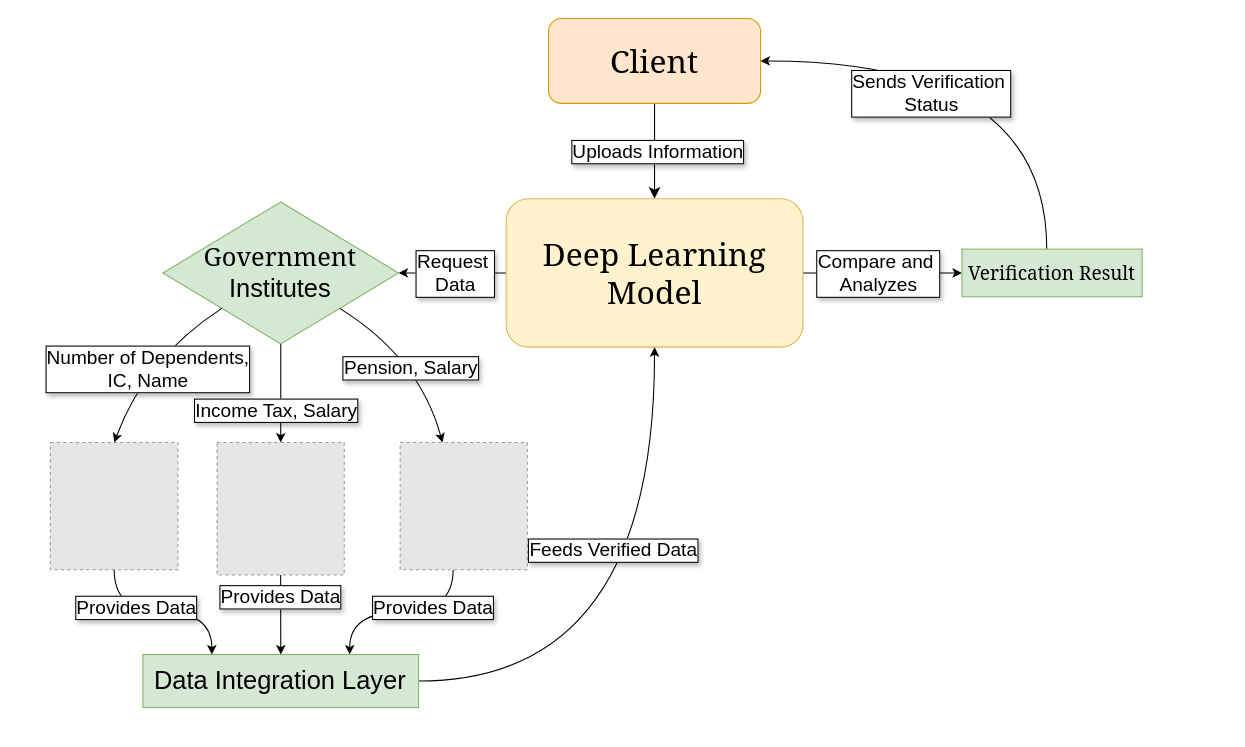
Before: Integration and support/DeepLearningModel.drawio in zhengyu89/Myhackathon, a draw.io diagram. Source tidied: cells renumbered, new cells numbered last; positions are measured from the earlier drawing's top-left corner, leaving out a move shared by most shapes. Both pictures are drawn from the tidied source at 106%, with x=0, y=0 at pixel (50, 18). Pictures stored in the file or linked from it are replaced by grey dashed boxes.
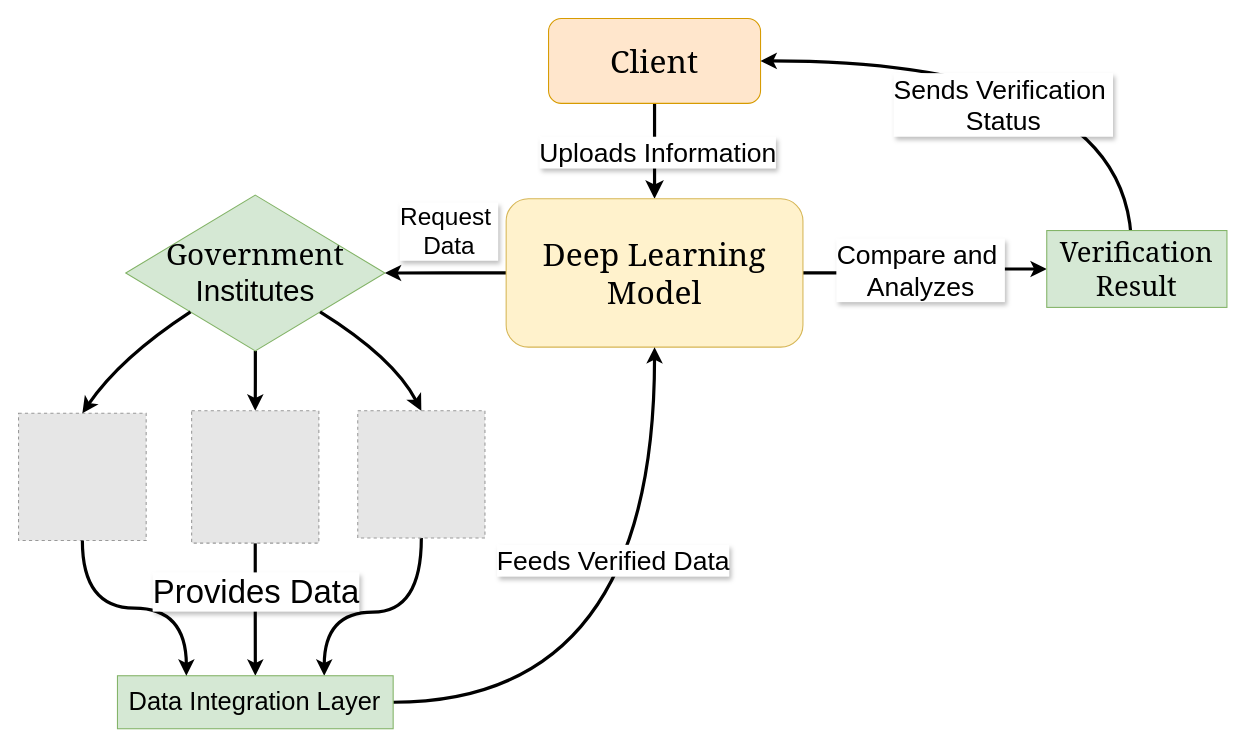
Above is the later version.

The change refers to these unchanged cells:
```xml
<mxCell id="4" value="&lt;font face=&quot;Georgia&quot; style=&quot;font-size: 30px;&quot;&gt;Client&lt;/font&gt;" style="rounded=1;whiteSpace=wrap;html=1;fontSize=12;glass=0;strokeWidth=1;shadow=0;fillColor=#ffe6cc;strokeColor=#d79b00;" parent="1" vertex="1">
  <mxGeometry x="470" width="200" height="80" as="geometry" />
</mxCell>
<mxCell id="9" value="&lt;font face=&quot;Georgia&quot; style=&quot;font-size: 30px;&quot;&gt;Deep Learning Model&lt;/font&gt;" style="rounded=1;whiteSpace=wrap;html=1;fontSize=12;glass=0;strokeWidth=1;shadow=0;fillColor=#fff2cc;strokeColor=#d6b656;" parent="1" vertex="1">
  <mxGeometry x="430" y="170" width="280" height="140" as="geometry" />
</mxCell>
```

Diff of the diagram source:
```diff
@@
-    <mxCell id="2" style="rounded=0;html=1;jettySize=auto;fontSize=11;endArrow=classic;endFill=1;endSize=8;strokeWidth=1;shadow=0;labelBackgroundColor=none;edgeStyle=orthogonalEdgeStyle;entryX=0.5;entryY=0;entryDx=0;entryDy=0;" parent="1" edge="1" source="4" target="9">
+    <mxCell id="2" style="rounded=0;html=1;jettySize=auto;fontSize=11;endArrow=classic;endFill=1;endSize=8;strokeWidth=3;shadow=0;labelBackgroundColor=none;edgeStyle=orthogonalEdgeStyle;entryX=0.5;entryY=0;entryDx=0;entryDy=0;" parent="1" edge="1" source="4" target="9">
       <mxGeometry relative="1" as="geometry" />
     </mxCell>
-    <mxCell id="3" value="&lt;font style=&quot;font-size: 18px;&quot;&gt;Uploads Information&lt;/font&gt;" style="edgeLabel;html=1;align=center;verticalAlign=middle;labelBorderColor=default;textShadow=1;spacingLeft=10;spacingRight=10;" parent="2" vertex="1">
+    <mxCell id="3" value="&lt;font style=&quot;font-size: 25px;&quot;&gt;Uploads Information&lt;/font&gt;" style="edgeLabel;html=1;align=center;verticalAlign=middle;labelBorderColor=none;textShadow=1;spacingLeft=10;spacingRight=10;" parent="2" vertex="1">
       <mxGeometry x="0.01" y="2" relative="1" as="geometry" />
     </mxCell>
@@
-    <mxCell id="5" style="edgeStyle=orthogonalEdgeStyle;rounded=0;jettySize=auto;html=1;entryX=0;entryY=0.5;entryDx=0;entryDy=0;" parent="1" edge="1" source="9" target="12">
+    <mxCell id="5" style="edgeStyle=orthogonalEdgeStyle;rounded=0;jettySize=auto;html=1;entryX=0;entryY=0.5;entryDx=0;entryDy=0;strokeWidth=3;" parent="1" edge="1" source="9" target="12">
       <mxGeometry relative="1" as="geometry" />
     </mxCell>
-    <mxCell id="6" value="&lt;font style=&quot;font-size: 18px;&quot;&gt;Compare and&amp;nbsp;&lt;/font&gt;&lt;div&gt;&lt;font style=&quot;font-size: 18px;&quot;&gt;Analyzes&lt;/font&gt;&lt;/div&gt;" style="edgeLabel;html=1;align=center;verticalAlign=middle;labelBorderColor=default;textShadow=1;" parent="5" vertex="1">
+    <mxCell id="6" value="&lt;font style=&quot;font-size: 25px;&quot;&gt;Compare and&amp;nbsp;&lt;/font&gt;&lt;div style=&quot;font-size: 25px;&quot;&gt;&lt;font style=&quot;font-size: 25px;&quot;&gt;Analyzes&lt;/font&gt;&lt;/div&gt;" style="edgeLabel;html=1;align=center;verticalAlign=middle;labelBorderColor=none;textShadow=1;" parent="5" vertex="1">
       <mxGeometry x="0.04" y="-1" relative="1" as="geometry">
         <mxPoint x="-8" y="-1" as="offset" />
       </mxGeometry>
     </mxCell>
-    <mxCell id="7" style="edgeStyle=orthogonalEdgeStyle;rounded=0;jettySize=auto;html=1;entryX=1;entryY=0.5;entryDx=0;entryDy=0;" parent="1" edge="1" source="9" target="15">
+    <mxCell id="7" style="edgeStyle=orthogonalEdgeStyle;rounded=0;jettySize=auto;html=1;entryX=1;entryY=0.5;entryDx=0;entryDy=0;strokeWidth=3;" parent="1" edge="1" source="9" target="15">
       <mxGeometry relative="1" as="geometry" />
     </mxCell>
-    <mxCell id="8" value="&lt;font style=&quot;font-size: 18px;&quot;&gt;Request&amp;nbsp;&lt;/font&gt;&lt;div&gt;&lt;font style=&quot;font-size: 18px;&quot;&gt;Data&lt;/font&gt;&lt;/div&gt;" style="edgeLabel;html=1;align=center;verticalAlign=middle;labelBorderColor=default;textShadow=1;" parent="7" vertex="1">
+    <mxCell id="8" value="&lt;font style=&quot;font-size: 23px;&quot;&gt;Request&amp;nbsp;&lt;/font&gt;&lt;div style=&quot;font-size: 23px;&quot;&gt;&lt;font style=&quot;font-size: 23px;&quot;&gt;Data&lt;/font&gt;&lt;/div&gt;" style="edgeLabel;html=1;align=center;verticalAlign=middle;labelBorderColor=none;textShadow=1;" parent="7" vertex="1">
       <mxGeometry x="-0.04" y="3" relative="1" as="geometry">
-        <mxPoint y="-3" as="offset" />
+        <mxPoint y="-43" as="offset" />
       </mxGeometry>
     </mxCell>
@@
-    <mxCell id="10" style="edgeStyle=orthogonalEdgeStyle;rounded=0;jettySize=auto;html=1;entryX=1;entryY=0.5;entryDx=0;entryDy=0;strokeColor=default;curved=1;" parent="1" edge="1" source="12" target="4">
+    <mxCell id="10" style="edgeStyle=orthogonalEdgeStyle;rounded=0;jettySize=auto;html=1;entryX=1;entryY=0.5;entryDx=0;entryDy=0;curved=1;strokeWidth=3;strokeColor=#000000;" parent="1" edge="1" target="4">
       <mxGeometry relative="1" as="geometry">
+        <mxPoint x="1020" y="217.5" as="sourcePoint" />
         <Array as="points">
-          <mxPoint x="940" y="40" />
+          <mxPoint x="1020" y="40" />
         </Array>
       </mxGeometry>
     </mxCell>
-    <mxCell id="11" value="&lt;font style=&quot;font-size: 18px;&quot;&gt;Sends Verification&amp;nbsp;&lt;/font&gt;&lt;div&gt;&lt;font style=&quot;font-size: 18px;&quot;&gt;Status&lt;/font&gt;&lt;/div&gt;" style="edgeLabel;html=1;align=center;verticalAlign=middle;labelBackgroundColor=default;labelBorderColor=default;textShadow=1;" parent="10" vertex="1">
+    <mxCell id="11" value="&lt;font style=&quot;font-size: 25px;&quot;&gt;Sends Verification&amp;nbsp;&lt;/font&gt;&lt;div style=&quot;font-size: 25px;&quot;&gt;&lt;font style=&quot;font-size: 25px;&quot;&gt;Status&lt;/font&gt;&lt;/div&gt;" style="edgeLabel;html=1;align=center;verticalAlign=middle;labelBackgroundColor=default;labelBorderColor=none;textShadow=1;fontSize=25;" parent="10" vertex="1">
       <mxGeometry x="0.29" relative="1" as="geometry">
-        <mxPoint x="2" y="30" as="offset" />
+        <mxPoint x="41" y="40" as="offset" />
       </mxGeometry>
     </mxCell>
-    <mxCell id="12" value="&lt;font face=&quot;Georgia&quot; style=&quot;font-size: 18px;&quot;&gt;Verification Result&lt;/font&gt;" style="rounded=0;whiteSpace=wrap;html=1;fillColor=#d5e8d4;strokeColor=#82b366;" parent="1" vertex="1">
-      <mxGeometry x="860" y="217.5" width="170" height="45" as="geometry" />
+    <mxCell id="12" value="&lt;font face=&quot;Georgia&quot; style=&quot;font-size: 26px;&quot;&gt;Verification Result&lt;/font&gt;" style="rounded=0;whiteSpace=wrap;html=1;fillColor=#d5e8d4;strokeColor=#82b366;" parent="1" vertex="1">
+      <mxGeometry x="940" y="200" width="170" height="72.5" as="geometry" />
     </mxCell>
-    <mxCell id="13" style="edgeStyle=orthogonalEdgeStyle;rounded=0;jettySize=auto;html=1;entryX=0.5;entryY=0;entryDx=0;entryDy=0;" parent="1" edge="1" source="15" target="18">
+    <mxCell id="13" style="edgeStyle=orthogonalEdgeStyle;rounded=0;jettySize=auto;html=1;entryX=0.5;entryY=0;entryDx=0;entryDy=0;strokeWidth=3;" parent="1" edge="1" source="15" target="18">
       <mxGeometry relative="1" as="geometry" />
     </mxCell>
-    <mxCell id="14" value="&lt;font style=&quot;font-size: 18px;&quot;&gt;Income Tax, Salary&lt;/font&gt;" style="edgeLabel;html=1;align=center;verticalAlign=middle;labelBorderColor=default;textShadow=1;" parent="13" vertex="1">
-      <mxGeometry x="-0.12" y="3" relative="1" as="geometry">
-        <mxPoint x="-8" y="22" as="offset" />
-      </mxGeometry>
-    </mxCell>
-    <mxCell id="15" value="&lt;font style=&quot;font-size: 24px;&quot;&gt;&lt;font style=&quot;&quot;&gt;&lt;font face=&quot;Georgia&quot; style=&quot;&quot;&gt;&amp;nbsp;Government&amp;nbsp;&lt;/font&gt;&lt;/font&gt;&lt;/font&gt;&lt;div&gt;&lt;font style=&quot;font-size: 24px;&quot;&gt;&lt;span style=&quot;background-color: initial; font-family: mJZTYrfme4xluoQKJ7Zg;&quot;&gt;Institutes&lt;/span&gt;&lt;/font&gt;&lt;/div&gt;" style="rhombus;whiteSpace=wrap;html=1;fillColor=#d5e8d4;strokeColor=#82b366;" parent="1" vertex="1">
-      <mxGeometry x="106.2" y="173.1" width="222.3" height="133.8" as="geometry" />
+    <mxCell id="15" value="&lt;font style=&quot;font-size: 28px;&quot;&gt;&lt;font style=&quot;font-size: 28px;&quot;&gt;&lt;font face=&quot;Georgia&quot; style=&quot;font-size: 28px;&quot;&gt;&amp;nbsp;Government&amp;nbsp;&lt;/font&gt;&lt;/font&gt;&lt;/font&gt;&lt;div style=&quot;font-size: 28px;&quot;&gt;&lt;font style=&quot;font-size: 28px;&quot;&gt;&lt;span style=&quot;background-color: initial; font-family: mJZTYrfme4xluoQKJ7Zg;&quot;&gt;Institutes&lt;/span&gt;&lt;/font&gt;&lt;/div&gt;" style="rhombus;whiteSpace=wrap;html=1;fillColor=#d5e8d4;strokeColor=#82b366;" parent="1" vertex="1">
+      <mxGeometry x="71.1" y="166.6" width="244.5" height="146.9" as="geometry" />
     </mxCell>
-    <mxCell id="16" style="edgeStyle=orthogonalEdgeStyle;rounded=0;jettySize=auto;html=1;" parent="1" edge="1" source="18" target="28">
+    <mxCell id="16" style="edgeStyle=orthogonalEdgeStyle;rounded=0;jettySize=auto;html=1;strokeWidth=3;" parent="1" edge="1" source="18" target="28">
       <mxGeometry relative="1" as="geometry" />
     </mxCell>
-    <mxCell id="17" value="&lt;font style=&quot;font-size: 18px;&quot;&gt;Provides Data&lt;/font&gt;" style="edgeLabel;html=1;align=center;verticalAlign=middle;labelBorderColor=default;textShadow=1;" parent="16" vertex="1">
-      <mxGeometry x="-0.44" y="-1" relative="1" as="geometry" />
-    </mxCell>
     <mxCell id="18" style="fillColor=#E6E6E6;strokeColor=#999999;dashed=1;verticalLabelPosition=bottom;labelBackgroundColor=default;verticalAlign=top;" parent="1" vertex="1">
-      <mxGeometry x="157.3" y="400" width="120" height="124.9" as="geometry" />
+      <mxGeometry x="133.3" y="370" width="120" height="124.9" as="geometry" />
     </mxCell>
     <mxCell id="19" style="fillColor=#E6E6E6;strokeColor=#999999;dashed=1;verticalLabelPosition=bottom;labelBackgroundColor=default;verticalAlign=top;" parent="1" vertex="1">
-      <mxGeometry y="400" width="120.4" height="120" as="geometry" />
+      <mxGeometry x="-30" y="372.4" width="120.4" height="120" as="geometry" />
     </mxCell>
-    <mxCell id="20" style="endArrow=classic;html=1;rounded=0;exitX=0;exitY=1;exitDx=0;exitDy=0;entryX=0.5;entryY=0;entryDx=0;entryDy=0;curved=1;" parent="1" edge="1" source="15" target="19">
+    <mxCell id="20" style="endArrow=classic;html=1;rounded=0;exitX=0;exitY=1;exitDx=0;exitDy=0;entryX=0.5;entryY=0;entryDx=0;entryDy=0;curved=1;strokeWidth=3;" parent="1" edge="1" source="15" target="19">
       <mxGeometry relative="1" as="geometry">
         <Array as="points">
-          <mxPoint x="90" y="320" />
+          <mxPoint x="66" y="320" />
         </Array>
       </mxGeometry>
     </mxCell>
-    <mxCell id="21" value="&lt;font style=&quot;font-size: 18px;&quot;&gt;Number of Dependents,&lt;br&gt;IC, Name&lt;/font&gt;" style="edgeLabel;html=1;align=center;verticalAlign=middle;labelBorderColor=default;textShadow=1;" parent="20" vertex="1">
-      <mxGeometry x="0.21" y="8" relative="1" as="geometry">
-        <mxPoint y="-9" as="offset" />
-      </mxGeometry>
-    </mxCell>
-    <mxCell id="22" style="edgeStyle=orthogonalEdgeStyle;rounded=0;jettySize=auto;html=1;entryX=0.75;entryY=0;entryDx=0;entryDy=0;curved=1;" parent="1" edge="1" target="28">
+    <mxCell id="22" style="edgeStyle=orthogonalEdgeStyle;rounded=0;jettySize=auto;html=1;entryX=0.75;entryY=0;entryDx=0;entryDy=0;curved=1;strokeWidth=3;exitX=0.5;exitY=1;exitDx=0;exitDy=0;" parent="1" edge="1" source="23" target="28">
       <mxGeometry relative="1" as="geometry">
-        <mxPoint x="380" y="520" as="sourcePoint" />
         <Array as="points">
-          <mxPoint x="380" y="560" />
+          <mxPoint x="350" y="560" />
+          <mxPoint x="258" y="560" />
         </Array>
       </mxGeometry>
     </mxCell>
     <mxCell id="23" style="fillColor=#E6E6E6;strokeColor=#999999;dashed=1;verticalLabelPosition=bottom;labelBackgroundColor=default;verticalAlign=top;" parent="1" vertex="1">
-      <mxGeometry x="330" y="400" width="120" height="120" as="geometry" />
+      <mxGeometry x="290" y="370" width="120" height="120" as="geometry" />
     </mxCell>
-    <mxCell id="24" style="endArrow=classic;html=1;rounded=0;exitX=1;exitY=1;exitDx=0;exitDy=0;entryX=0.5;entryY=0;entryDx=0;entryDy=0;curved=1;" parent="1" edge="1" source="15">
+    <mxCell id="24" style="endArrow=classic;html=1;rounded=0;exitX=1;exitY=1;exitDx=0;exitDy=0;entryX=0.5;entryY=0;entryDx=0;entryDy=0;curved=1;strokeWidth=3;" parent="1" edge="1" source="15" target="23">
       <mxGeometry relative="1" as="geometry">
-        <mxPoint x="370" y="400" as="targetPoint" />
         <Array as="points">
-          <mxPoint x="348" y="320" />
+          <mxPoint x="324" y="320" />
         </Array>
       </mxGeometry>
     </mxCell>
-    <mxCell id="25" value="&lt;font style=&quot;font-size: 18px;&quot;&gt;Pension, Salary&lt;/font&gt;" style="edgeLabel;html=1;align=center;verticalAlign=middle;labelBorderColor=default;textShadow=1;" parent="24" vertex="1">
-      <mxGeometry x="0.21" y="8" relative="1" as="geometry">
-        <mxPoint x="-20" y="-3" as="offset" />
-      </mxGeometry>
-    </mxCell>
-    <mxCell id="26" style="edgeStyle=orthogonalEdgeStyle;rounded=0;jettySize=auto;html=1;curved=1;jumpStyle=none;strokeColor=default;" parent="1" edge="1" source="28" target="9">
+    <mxCell id="26" style="edgeStyle=orthogonalEdgeStyle;rounded=0;jettySize=auto;html=1;curved=1;jumpStyle=none;strokeColor=default;strokeWidth=3;" parent="1" edge="1" source="28" target="9">
       <mxGeometry relative="1" as="geometry" />
     </mxCell>
-    <mxCell id="27" value="&lt;font style=&quot;font-size: 18px;&quot;&gt;Feeds Verified Data&lt;/font&gt;" style="edgeLabel;html=1;align=center;verticalAlign=middle;labelBorderColor=default;textShadow=1;" parent="26" vertex="1">
+    <mxCell id="27" value="&lt;font style=&quot;font-size: 25px;&quot;&gt;Feeds Verified Data&lt;/font&gt;" style="edgeLabel;html=1;align=center;verticalAlign=middle;labelBorderColor=none;textShadow=1;" parent="26" vertex="1">
       <mxGeometry x="0.27" y="34" relative="1" as="geometry">
-        <mxPoint x="-6" y="-5" as="offset" />
+        <mxPoint x="-6" y="-12" as="offset" />
       </mxGeometry>
     </mxCell>
     <mxCell id="28" value="&lt;font style=&quot;font-size: 24px;&quot;&gt;Data Integration Layer&lt;/font&gt;" style="rounded=0;whiteSpace=wrap;html=1;fillColor=#d5e8d4;strokeColor=#82b366;" parent="1" vertex="1">
-      <mxGeometry x="87.3" y="600" width="260.1" height="50" as="geometry" />
+      <mxGeometry x="63.3" y="620" width="260.1" height="50" as="geometry" />
     </mxCell>
-    <mxCell id="29" style="endArrow=classic;html=1;rounded=0;exitX=0.5;exitY=1;exitDx=0;exitDy=0;entryX=0.25;entryY=0;entryDx=0;entryDy=0;edgeStyle=orthogonalEdgeStyle;curved=1;" parent="1" edge="1" source="19" target="28">
+    <mxCell id="29" style="endArrow=classic;html=1;rounded=0;exitX=0.5;exitY=1;exitDx=0;exitDy=0;entryX=0.25;entryY=0;entryDx=0;entryDy=0;edgeStyle=orthogonalEdgeStyle;curved=1;strokeWidth=3;" parent="1" edge="1" source="19" target="28">
       <mxGeometry relative="1" as="geometry" />
     </mxCell>
-    <mxCell id="30" value="&lt;font style=&quot;font-size: 18px;&quot;&gt;Provides Data&lt;/font&gt;" style="edgeLabel;html=1;align=center;verticalAlign=middle;labelBorderColor=default;textShadow=1;" parent="1" vertex="1">
-      <mxGeometry x="360" y="555.7" as="geometry" />
+    <mxCell id="30" value="&lt;font style=&quot;font-size: 31px;&quot;&gt;Provides Data&lt;/font&gt;" style="edgeLabel;html=1;align=center;verticalAlign=middle;labelBorderColor=none;textShadow=1;" parent="1" vertex="1">
+      <mxGeometry x="193.3" y="540" as="geometry" />
     </mxCell>
-    <mxCell id="31" value="&lt;font style=&quot;font-size: 18px;&quot;&gt;Provides Data&lt;/font&gt;" style="edgeLabel;html=1;align=center;verticalAlign=middle;labelBorderColor=default;textShadow=1;" parent="1" vertex="1">
-      <mxGeometry x="80" y="555.7" as="geometry" />
-    </mxCell>
```
